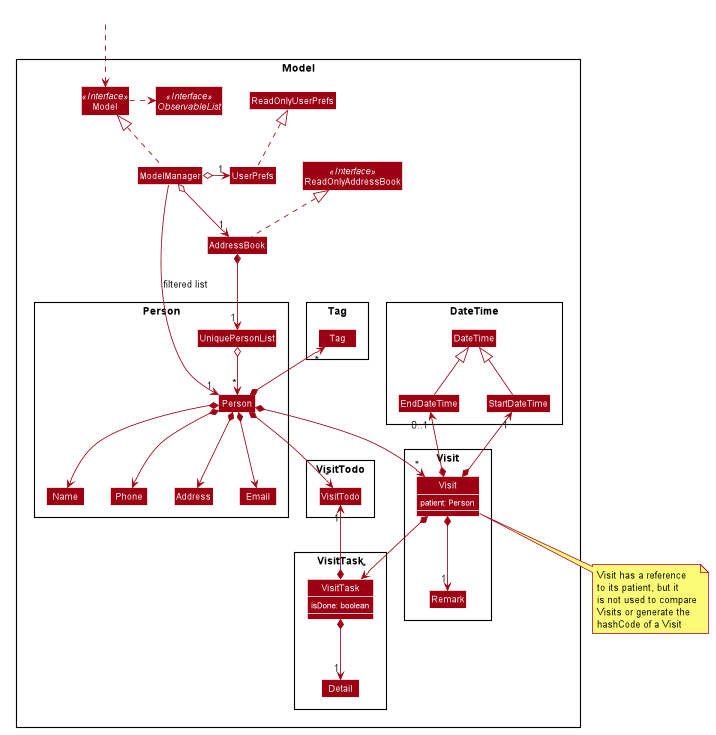
This is docs/images/ModelClassDiagram.png from nus-cs2103-AY1920S1/addressbook-level3, a PlantUML export, as it was before one commit.
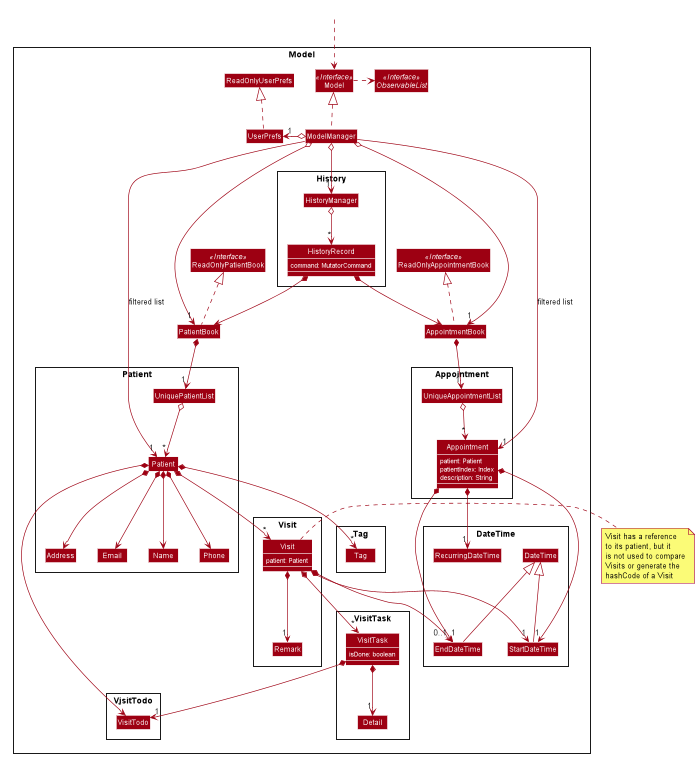
After the change.

Commit message:
Update DG Model section

What changed in the source:
```diff
@@ -54,23 +54,42 @@
 skinparam classBackgroundColor #9D0012
 
 Package Model <<Rectangle>>{
-Interface ReadOnlyAddressBook <<Interface>>
+Interface ReadOnlyPatientBook <<Interface>>
+Interface ReadOnlyAppointmentBook <<Interface>>
 Interface Model <<Interface>>
 Interface ObservableList <<Interface>>
-Class AddressBook
-Class ReadOnlyAddressBook
+Class PatientBook
+Class AppointmentBook
+Class ReadOnlyPatientBook
+Class ReadOnlyAppointmentBook
 Class Model
 Class ModelManager
 Class UserPrefs
 Class ReadOnlyUserPrefs
 
-Package Person {
-Class Person
+Package History {
+Class HistoryManager
+Class HistoryRecord {
+command: MutatorCommand
+}
+}
+
+Package Patient {
+Class Patient
 Class Address
 Class Email
 Class Name
 Class Phone
-Class UniquePersonList
+Class UniquePatientList
+}
+
+Package Appointment {
+Class Appointment {
+patient: Patient
+patientIndex: Index
+description: String
+}
+Class UniqueAppointmentList
 }
 
 Package Tag {
@@ -83,7 +102,7 @@
 
 Package Visit {
 Class Visit {
-patient: Person
+patient: Patient
 }
 Class Remark
 }
@@ -97,6 +116,7 @@
 
 Package DateTime {
 Class DateTime
+Class RecurringDateTime
 Class StartDateTime
 Class EndDateTime
 }
@@ -106,43 +126,59 @@
 Class HiddenOutside #FFFFFF
 HiddenOutside ..> Model
 
-AddressBook .up.|> ReadOnlyAddressBook
+PatientBook .up.|> ReadOnlyPatientBook
+AppointmentBook .up.|> ReadOnlyAppointmentBook
 
 ModelManager .up.|> Model
 Model .right.> ObservableList
-ModelManager o--> "1" AddressBook
+ModelManager o--> "1" HistoryManager
+ModelManager o--> "1" PatientBook
+ModelManager o--> "1" AppointmentBook
 ModelManager o-left-> "1" UserPrefs
 UserPrefs .up.|> ReadOnlyUserPrefs
 
-AddressBook *--> "1" UniquePersonList
-UniquePersonList o--> "*" Person
-Person *--> Name
-Person *--> Phone
-Person *--> Email
-Person *--> Address
-Person *-up-> "*" Tag
-Person *--> "*" VisitTodo
-Person *--> "*" Visit
+HistoryManager o--> "*" HistoryRecord
+HistoryRecord *--> PatientBook
+HistoryRecord *--> AppointmentBook
+show HistoryRecord members
+
+PatientBook *--> "1" UniquePatientList
+UniquePatientList o--> "*" Patient
+Patient *--> Name
+Patient *--> Phone
+Patient *--> Email
+Patient *--> Address
+Patient *--> "*" Tag
+Patient *--> "*" VisitTodo
+Patient *--> "*" Visit
 
 Name -[hidden]right-> Phone
 Phone -[hidden]right-> Address
 Address -[hidden]right-> Email
 
+AppointmentBook *--> "1" UniqueAppointmentList
+UniqueAppointmentList o--> "*" Appointment
+Appointment *--> "1" StartDateTime
+Appointment *--> "1" EndDateTime
+Appointment *--> "1" RecurringDateTime
+show Appointment members
+
 DateTime <|-- StartDateTime
 DateTime <|-- EndDateTime
 
 note "Visit has a reference\nto its patient, but it\nis not used to compare\nVisits or generate the\nhashCode of a Visit" as N1
-Visit .. N1
+Visit . N1
 Visit *--> "1" Remark
-Visit *-up-> "1" StartDateTime
-Visit *-up-> "0..1" EndDateTime
+Visit *--> "1" StartDateTime
+Visit *--> "0..1" EndDateTime
 Visit *--> "*" VisitTask
 show Visit members
 
 VisitTask *--> "1" Detail
-VisitTask *-left-> "1" VisitTodo
+VisitTask *--> "1" VisitTodo
 show VisitTask members
 
-ModelManager -->"1" Person : filtered list
+ModelManager --> "1" Patient : filtered list
+ModelManager --> "1" Appointment : filtered list
 
 @enduml
```
